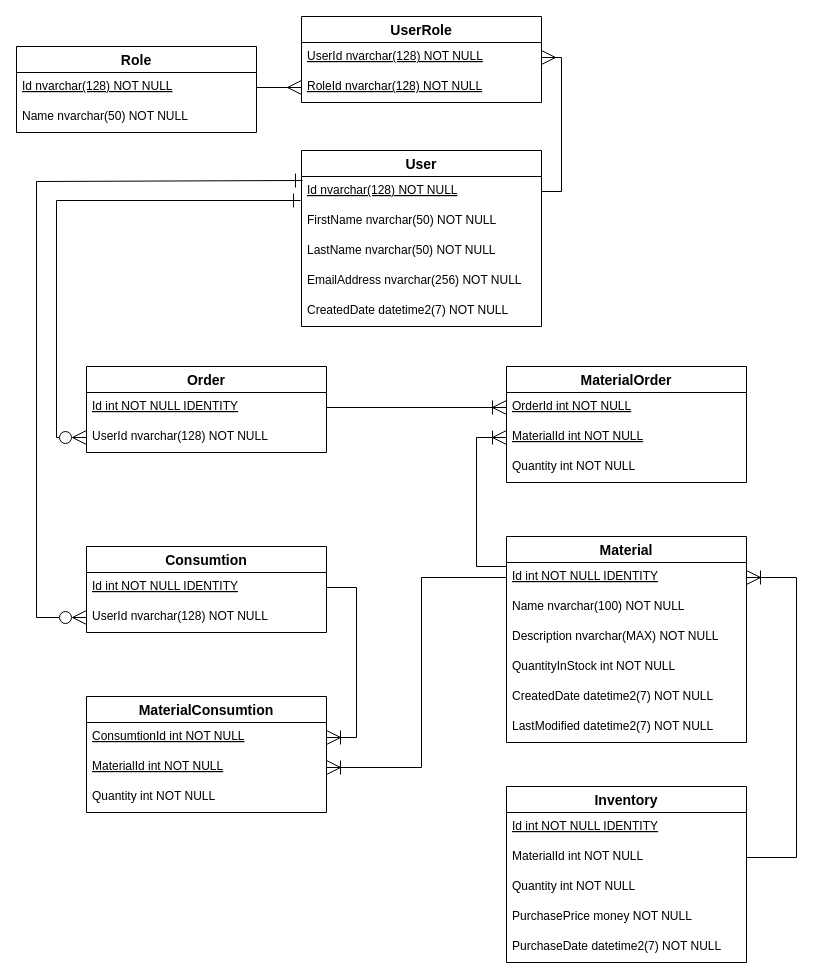
This is Docs/EntityRelationshipModel.drawio from AdrianLion/Lager-und-Bestandsverwaltung, a draw.io file, before an edit. Source tidied: cells renumbered, new cells numbered last; positions are measured from the earlier drawing's top-left corner, leaving out a move shared by most shapes. Both pictures are drawn from the tidied source at 100%, with x=0, y=0 at pixel (16, 16).
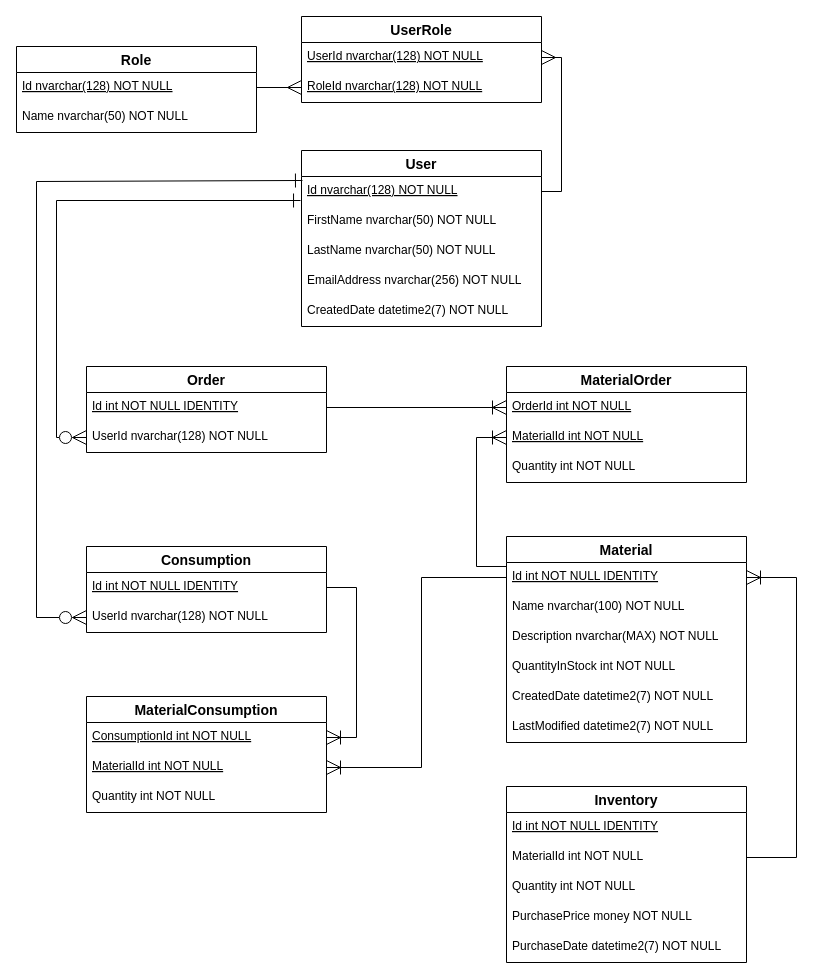
After the change.

Commit message (it also covers changes not shown here):
Fixed typo in ERM Changed Consumtion to Consumption

Change to the diagram source:
```diff
@@
-    <mxCell id="40" value="Consumtion" style="swimlane;fontStyle=1;horizontal=1;startSize=26;align=center;fontSize=14;" parent="1" vertex="1">
+    <mxCell id="40" value="Consumption" style="swimlane;fontStyle=1;horizontal=1;startSize=26;align=center;fontSize=14;" parent="1" vertex="1">
       <mxGeometry x="70" y="530" width="240" height="86" as="geometry" />
     </mxCell>
@@
-    <mxCell id="43" value="MaterialConsumtion" style="swimlane;fontStyle=1;horizontal=1;startSize=26;align=center;fontSize=14;" parent="1" vertex="1">
+    <mxCell id="43" value="MaterialConsumption" style="swimlane;fontStyle=1;horizontal=1;startSize=26;align=center;fontSize=14;" parent="1" vertex="1">
       <mxGeometry x="70" y="680" width="240" height="116" as="geometry" />
     </mxCell>
-    <mxCell id="44" value="ConsumtionId int NOT NULL" style="text;strokeColor=none;fillColor=none;spacingLeft=4;spacingRight=4;overflow=hidden;points=[[0,0.5],[1,0.5]];portConstraint=eastwest;fontSize=12;fontStyle=4;" parent="43" vertex="1">
+    <mxCell id="44" value="ConsumptionId int NOT NULL" style="text;strokeColor=none;fillColor=none;spacingLeft=4;spacingRight=4;overflow=hidden;points=[[0,0.5],[1,0.5]];portConstraint=eastwest;fontSize=12;fontStyle=4;" parent="43" vertex="1">
       <mxGeometry y="26" width="240" height="30" as="geometry" />
     </mxCell>
```
